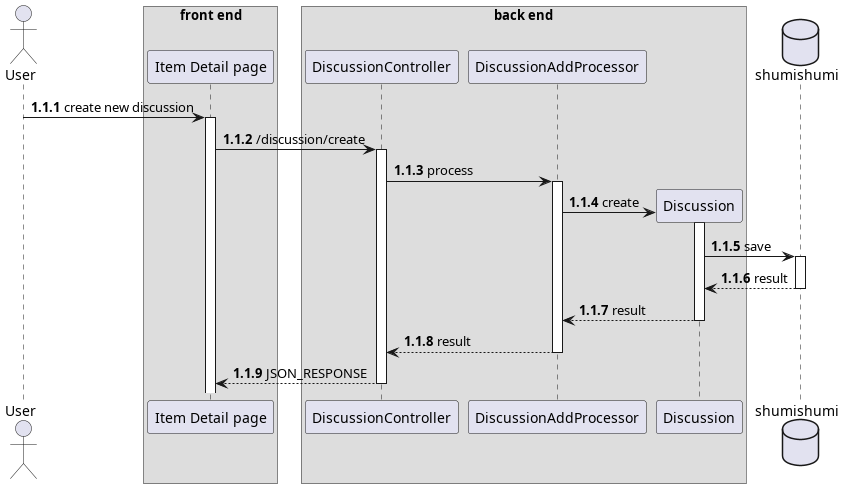
aldihsuhandi/skripsi-2023 keeps this PlantUML diagram as thesis/latex/diagram/sequence diagram/14. discussion/create discussion/create discussion.png. Above is the earlier version.
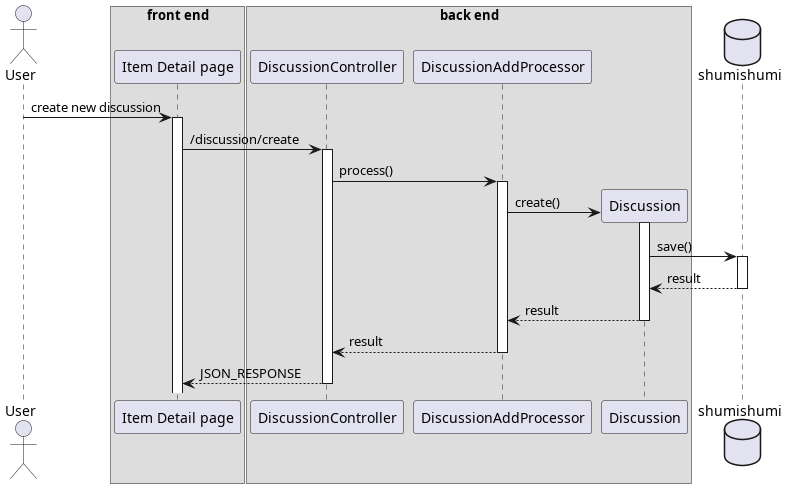
Later version of the same file.

The edit, as a diff of the source:
```diff
@@ -1,5 +1,4 @@
 @startuml create discussion
-autonumber 1.1.1
 
 actor User as u
 
@@ -19,11 +18,11 @@
 u -> detail++ : create new discussion
 detail -> dc++ : /discussion/create
 
-dc -> proc++ : process
+dc -> proc++ : process()
 
 create dm
-proc -> dm++ : create
-dm -> db++ : save
+proc -> dm++ : create()
+dm -> db++ : save()
 return result
 return result
 return result
```
